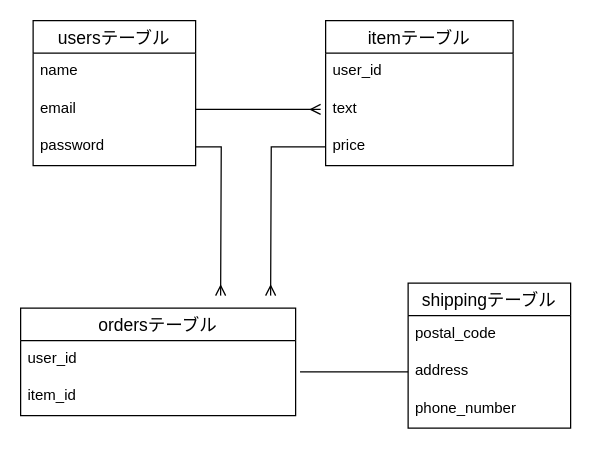
The draw.io diagram furima.dio in takahito1970/furima-34985, before the edit. Source tidied: cells renumbered, new cells numbered last; positions are measured from the earlier drawing's top-left corner, leaving out a move shared by most shapes. Both pictures are drawn from the tidied source at 125%, with x=0, y=0 at pixel (20, 20).
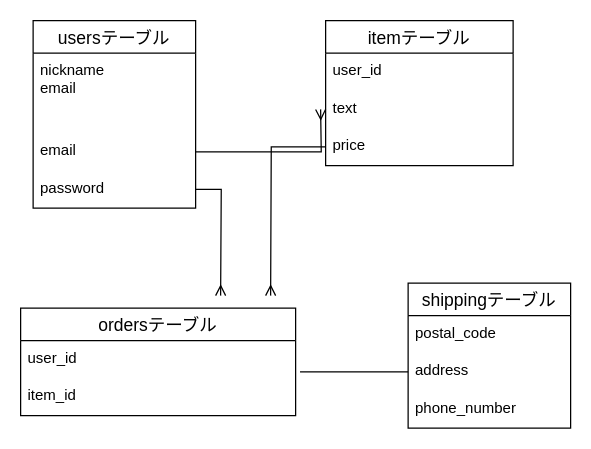
After the change.

The edit, as a diff of the source:
```diff
@@
     <mxCell id="13" value="usersテーブル" style="swimlane;fontStyle=0;horizontal=1;startSize=26;align=center;fontSize=14;" parent="1" vertex="1">
-      <mxGeometry x="10" width="130" height="116" as="geometry" />
+      <mxGeometry x="10" width="130" height="150" as="geometry" />
     </mxCell>
-    <mxCell id="14" value="name" style="text;strokeColor=none;fillColor=none;spacingLeft=4;spacingRight=4;overflow=hidden;fontSize=12;" parent="13" vertex="1">
-      <mxGeometry y="26" width="130" height="30" as="geometry" />
+    <mxCell id="14" value="nickname&#10;email&#10;" style="text;strokeColor=none;fillColor=none;spacingLeft=4;spacingRight=4;overflow=hidden;fontSize=12;" parent="13" vertex="1">
+      <mxGeometry y="26" width="130" height="64" as="geometry" />
     </mxCell>
     <mxCell id="15" value="email" style="text;strokeColor=none;fillColor=none;spacingLeft=4;spacingRight=4;overflow=hidden;points=[[0,0.5],[1,0.5]];portConstraint=eastwest;fontSize=12;" parent="13" vertex="1">
-      <mxGeometry y="56" width="130" height="30" as="geometry" />
+      <mxGeometry y="90" width="130" height="30" as="geometry" />
     </mxCell>
     <mxCell id="16" value="password" style="text;strokeColor=none;fillColor=none;spacingLeft=4;spacingRight=4;overflow=hidden;points=[[0,0.5],[1,0.5]];portConstraint=eastwest;fontSize=12;" parent="13" vertex="1">
-      <mxGeometry y="86" width="130" height="30" as="geometry" />
+      <mxGeometry y="120" width="130" height="30" as="geometry" />
     </mxCell>
```
